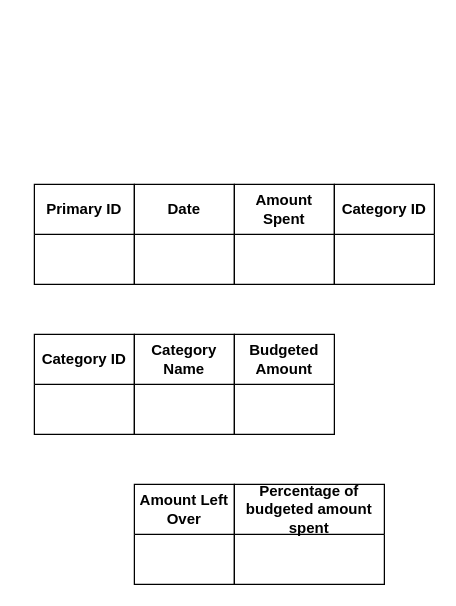
Earlier version of the draw.io diagram Untitled Diagram.drawio (Kanyisa-Ntombini/budget_app). Source tidied: cells renumbered, new cells numbered last; positions are measured from the earlier drawing's top-left corner, leaving out a move shared by most shapes. Both pictures are drawn from the tidied source at 125%, with x=0, y=0 at pixel (34, 184).
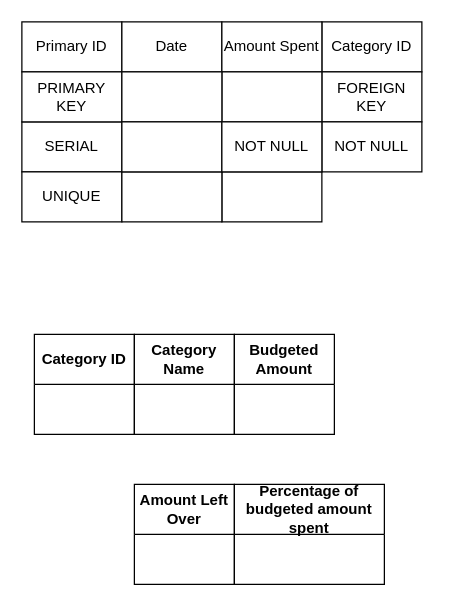
The same diagram, later.

What changed in the source:
```diff
@@
-    <mxCell id="2" value="Primary ID" style="swimlane;whiteSpace=wrap;html=1;startSize=40;" parent="1" vertex="1">
-      <mxGeometry width="80" height="80" as="geometry" />
-    </mxCell>
-    <mxCell id="3" value="Date" style="swimlane;whiteSpace=wrap;html=1;startSize=40;" parent="1" vertex="1">
-      <mxGeometry x="80" width="80" height="80" as="geometry" />
-    </mxCell>
-    <mxCell id="4" value="Amount Spent" style="swimlane;whiteSpace=wrap;html=1;startSize=40;" parent="1" vertex="1">
-      <mxGeometry x="160" width="80" height="80" as="geometry" />
-    </mxCell>
@@
+    <mxCell id="2" value="Primary ID" style="rounded=0;whiteSpace=wrap;html=1;" parent="1" vertex="1">
+      <mxGeometry x="-10" y="-130" width="80" height="40" as="geometry" />
+    </mxCell>
+    <mxCell id="3" value="Date" style="rounded=0;whiteSpace=wrap;html=1;" parent="1" vertex="1">
+      <mxGeometry x="70" y="-130" width="80" height="40" as="geometry" />
+    </mxCell>
-    <mxCell id="10" value="Category ID" style="swimlane;whiteSpace=wrap;html=1;startSize=40;" parent="1" vertex="1">
-      <mxGeometry x="240" width="80" height="80" as="geometry" />
+    <mxCell id="10" value="Category ID" style="rounded=0;whiteSpace=wrap;html=1;" parent="1" vertex="1">
+      <mxGeometry x="230" y="-130" width="80" height="40" as="geometry" />
     </mxCell>
+    <mxCell id="4" value="Amount Spent" style="rounded=0;whiteSpace=wrap;html=1;" parent="1" vertex="1">
+      <mxGeometry x="150" y="-130" width="80" height="40" as="geometry" />
+    </mxCell>
+    <mxCell id="11" value="SERIAL" style="rounded=0;whiteSpace=wrap;html=1;" parent="1" vertex="1">
+      <mxGeometry x="-10" y="-50" width="80" height="40" as="geometry" />
+    </mxCell>
+    <mxCell id="12" value="PRIMARY KEY" style="rounded=0;whiteSpace=wrap;html=1;" parent="1" vertex="1">
+      <mxGeometry x="-10" y="-90" width="80" height="40" as="geometry" />
+    </mxCell>
+    <mxCell id="13" value="UNIQUE" style="rounded=0;whiteSpace=wrap;html=1;" parent="1" vertex="1">
+      <mxGeometry x="-10" y="-10" width="80" height="40" as="geometry" />
+    </mxCell>
+    <mxCell id="14" value="FOREIGN KEY" style="rounded=0;whiteSpace=wrap;html=1;" parent="1" vertex="1">
+      <mxGeometry x="230" y="-90" width="80" height="40" as="geometry" />
+    </mxCell>
+    <mxCell id="15" style="rounded=0;whiteSpace=wrap;html=1;" parent="1" vertex="1">
+      <mxGeometry x="150" y="-90" width="80" height="40" as="geometry" />
+    </mxCell>
+    <mxCell id="16" style="rounded=0;whiteSpace=wrap;html=1;" parent="1" vertex="1">
+      <mxGeometry x="70" y="-90" width="80" height="40" as="geometry" />
+    </mxCell>
+    <mxCell id="17" value="NOT NULL" style="rounded=0;whiteSpace=wrap;html=1;" parent="1" vertex="1">
+      <mxGeometry x="230" y="-50" width="80" height="40" as="geometry" />
+    </mxCell>
+    <mxCell id="18" style="rounded=0;whiteSpace=wrap;html=1;" parent="1" vertex="1">
+      <mxGeometry x="150" y="-10" width="80" height="40" as="geometry" />
+    </mxCell>
+    <mxCell id="19" style="rounded=0;whiteSpace=wrap;html=1;" parent="1" vertex="1">
+      <mxGeometry x="70" y="-10" width="80" height="40" as="geometry" />
+    </mxCell>
+    <mxCell id="20" style="rounded=0;whiteSpace=wrap;html=1;" parent="1" vertex="1">
+      <mxGeometry x="70" y="-50" width="80" height="40" as="geometry" />
+    </mxCell>
+    <mxCell id="21" value="NOT NULL" style="rounded=0;whiteSpace=wrap;html=1;" parent="1" vertex="1">
+      <mxGeometry x="150" y="-50" width="80" height="40" as="geometry" />
+    </mxCell>
```
